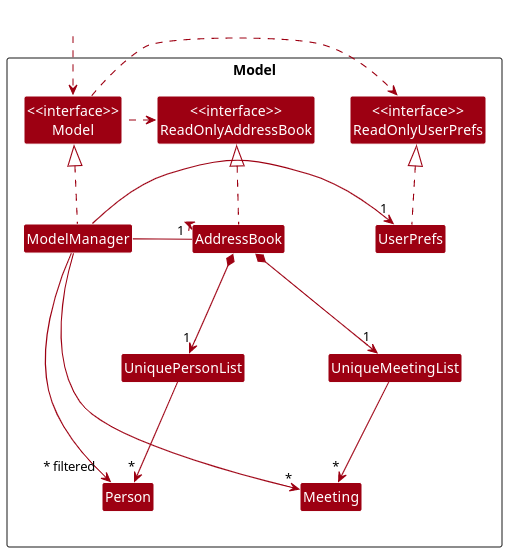
Above: docs/images/ModelClassDiagram.png in nus-cs2103-AY2223S2/tp (PlantUML), before the change. Its source is kept beside it as docs/diagrams/ModelClassDiagram.puml.
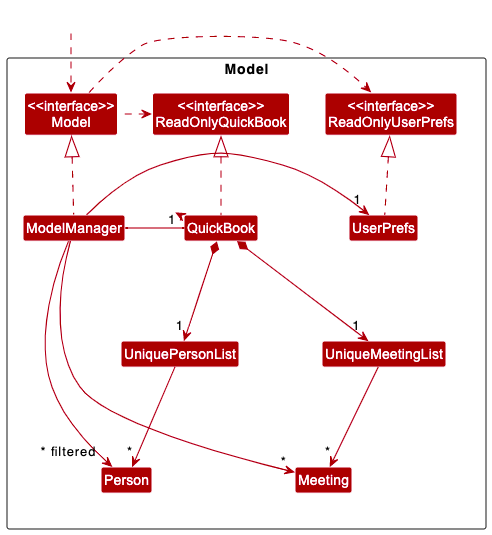
The same diagram one commit later.

What changed in the source:
```diff
@@ -5,10 +5,10 @@
 skinparam classBackgroundColor MODEL_COLOR
 
 Package Model <<Rectangle>>{
-Class "<<interface>>\nReadOnlyAddressBook" as ReadOnlyAddressBook
+Class "<<interface>>\nReadOnlyQuickBook" as ReadOnlyQuickBook
 Class "<<interface>>\nReadOnlyUserPrefs" as ReadOnlyUserPrefs
 Class "<<interface>>\nModel" as Model
-Class AddressBook
+Class QuickBook
 Class ModelManager
 Class UserPrefs
 
@@ -22,17 +22,17 @@
 Class HiddenOutside #FFFFFF
 HiddenOutside ..> Model
 
-AddressBook .up.|> ReadOnlyAddressBook
+QuickBook .up.|> ReadOnlyQuickBook
 
 ModelManager .up.|> Model
 Model .right.> ReadOnlyUserPrefs
-Model .left.> ReadOnlyAddressBook
-ModelManager -left-> "1" AddressBook
+Model .left.> ReadOnlyQuickBook
+ModelManager -left-> "1" QuickBook
 ModelManager -right-> "1" UserPrefs
 UserPrefs .up.|> ReadOnlyUserPrefs
 
-AddressBook *--> "1" UniquePersonList
-AddressBook *--> "1" UniqueMeetingList
+QuickBook *--> "1" UniquePersonList
+QuickBook *--> "1" UniqueMeetingList
 UniquePersonList --> "~*" Person
 UniqueMeetingList --> "~*" Meeting
 
```
